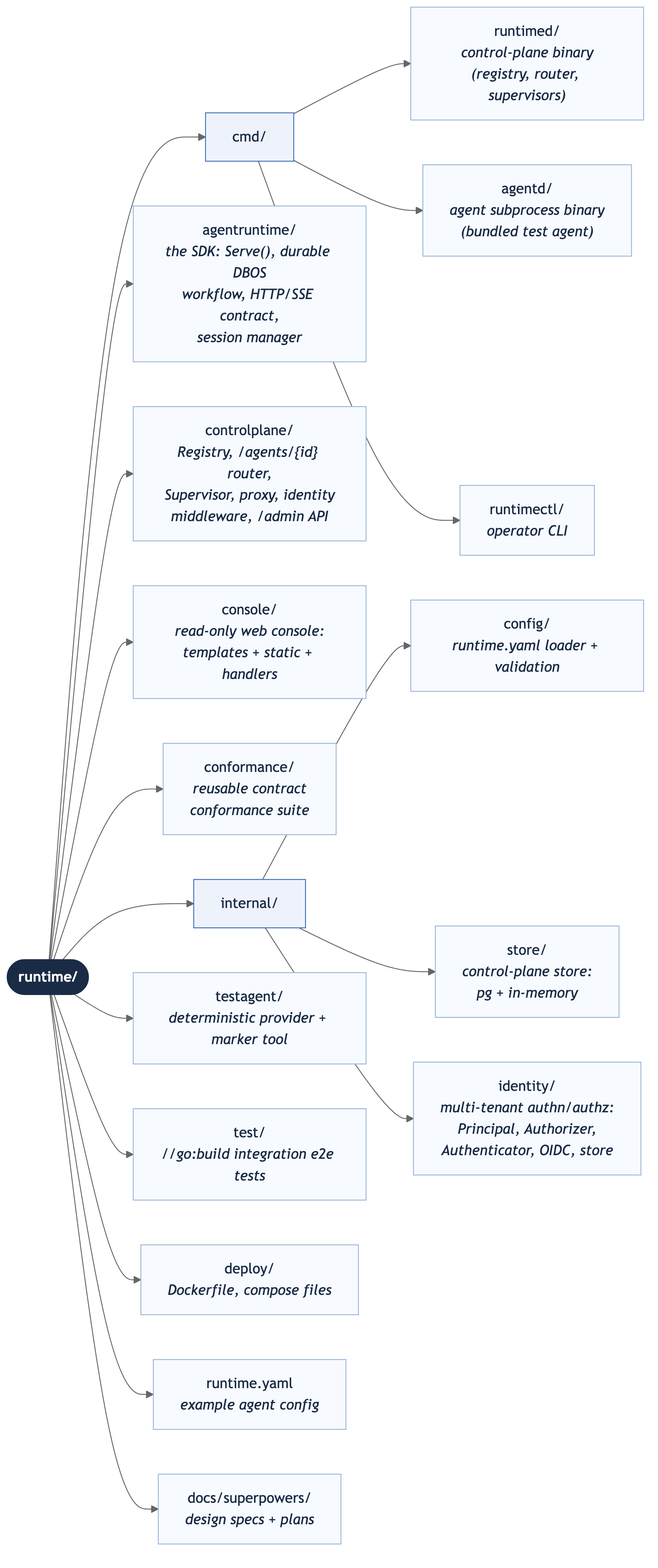
sausheong/runtime keeps this Mermaid diagram as docs/images/project-layout.png. Above is the earlier version. Its source is kept beside it as docs/images/project-layout.mmd.
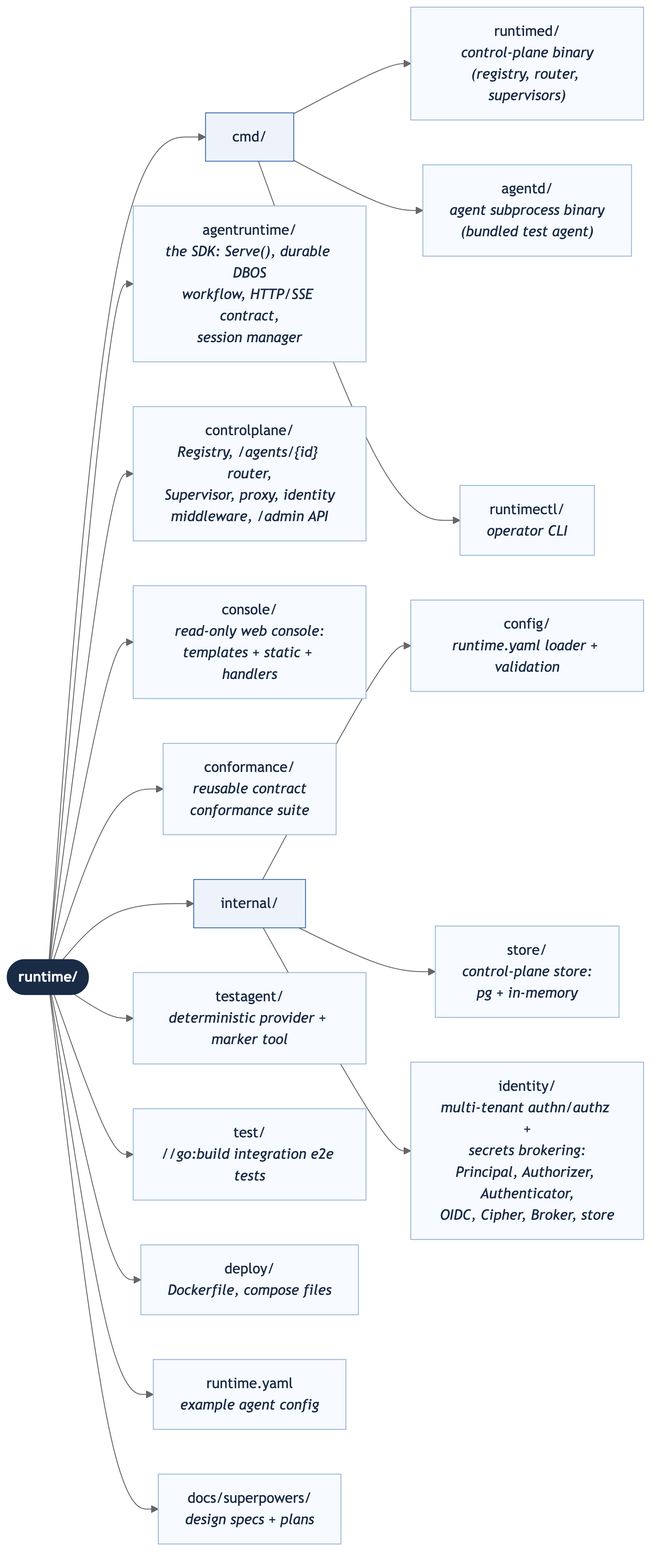
The same file after the commit.

Commit message:
docs(identity): document secrets brokering (README, ROADMAP, layout)

The edit, as a diff of the source:
```diff
@@ -14,7 +14,7 @@
     internal["internal/"]
     cfg["config/<br/><i>runtime.yaml loader + validation</i>"]
     store["store/<br/><i>control-plane store:<br/>pg + in-memory</i>"]
-    ident["identity/<br/><i>multi-tenant authn/authz:<br/>Principal, Authorizer,<br/>Authenticator, OIDC, store</i>"]
+    ident["identity/<br/><i>multi-tenant authn/authz +<br/>secrets brokering:<br/>Principal, Authorizer, Authenticator,<br/>OIDC, Cipher, Broker, store</i>"]
 
     testagent["testagent/<br/><i>deterministic provider + marker tool</i>"]
     test["test/<br/><i>//go:build integration e2e tests</i>"]
```
